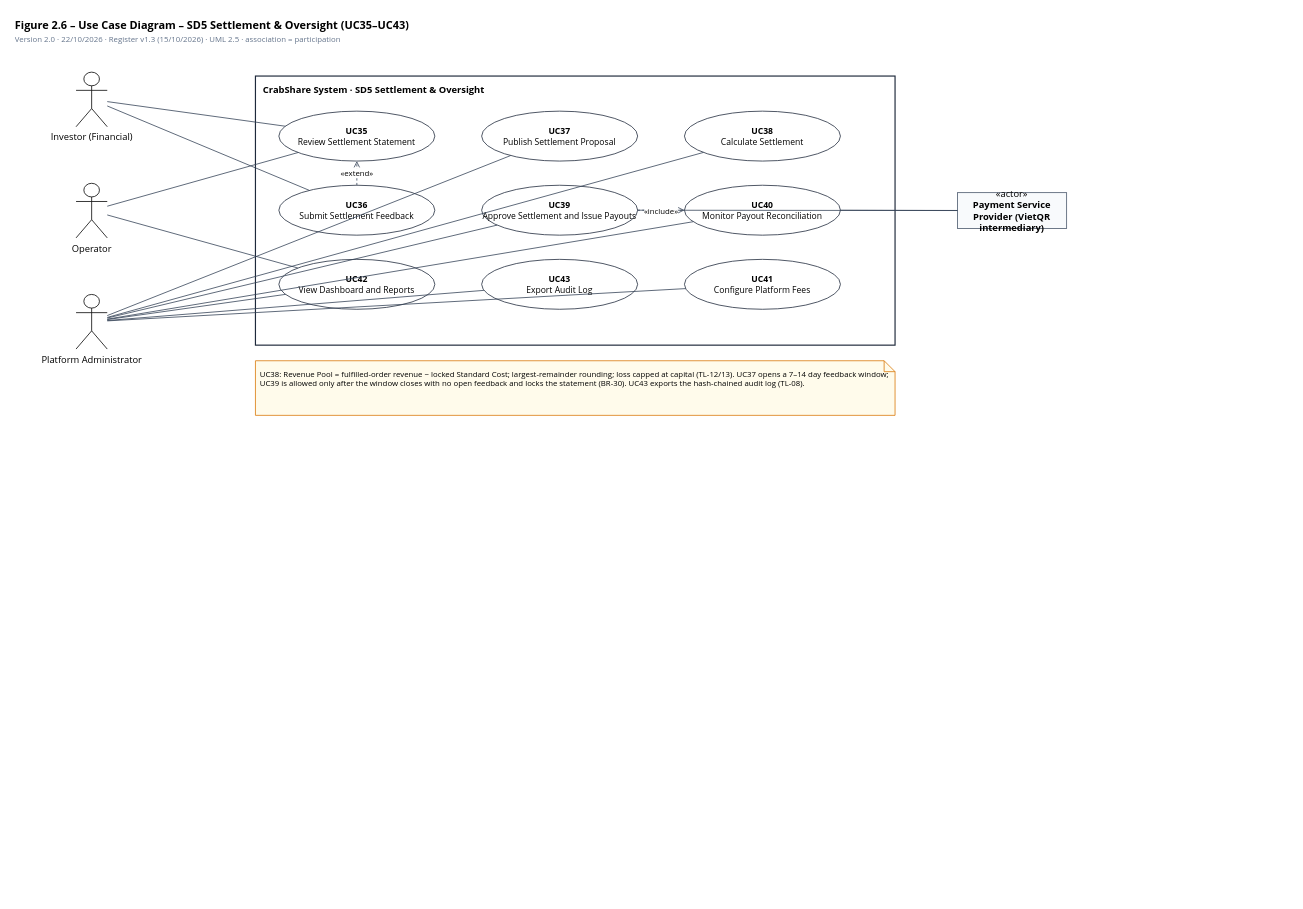
The draw.io diagram page "SD5 – Settlement & Oversight" (7 of 7) of docs/diagrams/CrabShare_Use_Case_Diagrams.drawio in thienhoibai/crabshare, before the edit. Source tidied: cells renumbered, new cells numbered last; positions are measured from the earlier drawing's top-left corner, leaving out a move shared by most shapes. Both pictures are drawn from the tidied source at 78%, with x=0, y=0 at pixel (13, 13).
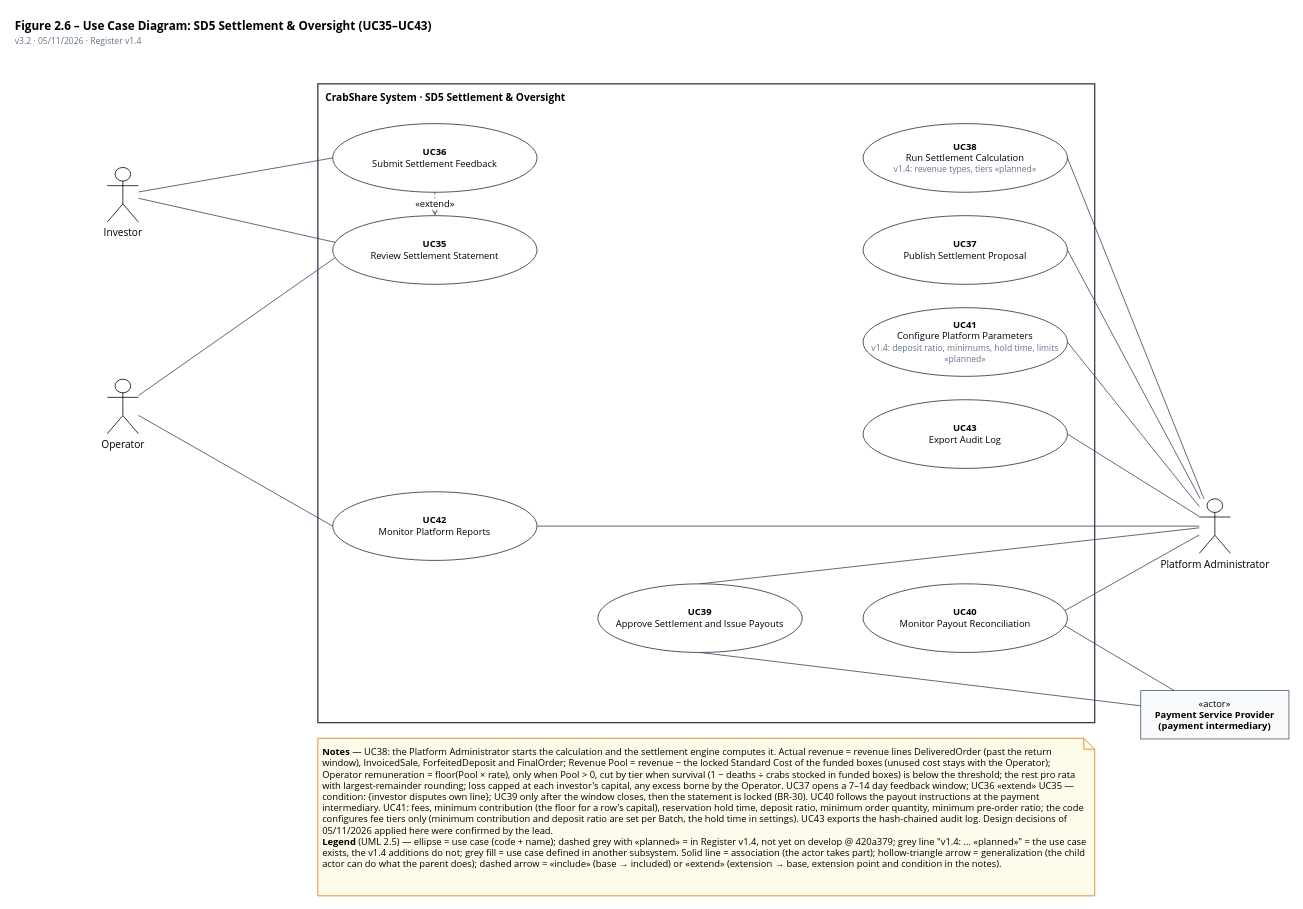
Above is the later version.

The edit, as a diff of the source:
```diff
@@
-    <mxCell id="2" value="&lt;b&gt;Figure 2.6 – Use Case Diagram – SD5 Settlement &amp; Oversight (UC35–UC43)&lt;/b&gt;&lt;br&gt;&lt;font style=&quot;font-size:10px&quot; color=&quot;#64748b&quot;&gt;Version 2.0 · 22/10/2026 · Register v1.3 (15/10/2026) · UML 2.5 · association = participation&lt;/font&gt;" style="text;html=1;align=left;verticalAlign=top;whiteSpace=wrap;overflow=hidden;fontFamily=Segoe UI;fontSize=14;" parent="1" vertex="1">
-      <mxGeometry width="900" height="40" as="geometry" />
+    <mxCell id="2" value="&lt;b&gt;Figure 2.6 – Use Case Diagram: SD5 Settlement &amp; Oversight (UC35–UC43)&lt;/b&gt;&lt;br&gt;&lt;font style=&quot;font-size:11px&quot; color=&quot;#64748b&quot;&gt;v3.2 · 05/11/2026 · Register v1.4&lt;/font&gt;" style="text;html=1;align=left;verticalAlign=top;whiteSpace=wrap;overflow=hidden;fontFamily=Segoe UI;fontSize=15;" parent="1" vertex="1">
+      <mxGeometry width="1200" height="46" as="geometry" />
     </mxCell>
-    <mxCell id="3" value="CrabShare System · SD5 Settlement &amp; Oversight" style="rounded=0;whiteSpace=wrap;html=1;fillColor=none;strokeColor=#1e293b;strokeWidth=1.5;align=left;verticalAlign=top;spacingLeft=8;spacingTop=4;fontStyle=1;fontFamily=Segoe UI;" parent="1" vertex="1">
-      <mxGeometry x="310" y="80" width="820" height="345" as="geometry" />
+    <mxCell id="3" value="CrabShare System · SD5 Settlement &amp; Oversight" style="rounded=0;whiteSpace=wrap;html=1;fillColor=none;strokeColor=#1e293b;strokeWidth=1.5;align=left;verticalAlign=top;spacingLeft=8;spacingTop=4;fontStyle=1;fontFamily=Segoe UI;fontSize=13;" parent="1" vertex="1">
+      <mxGeometry x="390" y="90" width="996" height="819" as="geometry" />
     </mxCell>
-    <mxCell id="4" value="&lt;b&gt;UC38&lt;/b&gt;&lt;br&gt;Calculate Settlement" style="ellipse;whiteSpace=wrap;html=1;fillColor=#ffffff;strokeColor=#1e293b;fontSize=11;fontFamily=Segoe UI;" parent="1" vertex="1">
-      <mxGeometry x="860" y="125" width="200" height="64" as="geometry" />
+    <mxCell id="4" value="&lt;b&gt;UC36&lt;/b&gt;&lt;br&gt;Submit Settlement Feedback" style="ellipse;whiteSpace=wrap;html=1;fillColor=#ffffff;strokeColor=#1e293b;fontSize=12;fontFamily=Segoe UI;spacing=3;" parent="1" vertex="1">
+      <mxGeometry x="409" y="141" width="262" height="88" as="geometry" />
     </mxCell>
-    <mxCell id="5" value="&lt;b&gt;UC37&lt;/b&gt;&lt;br&gt;Publish Settlement Proposal" style="ellipse;whiteSpace=wrap;html=1;fillColor=#ffffff;strokeColor=#1e293b;fontSize=11;fontFamily=Segoe UI;" parent="1" vertex="1">
-      <mxGeometry x="600" y="125" width="200" height="64" as="geometry" />
+    <mxCell id="5" value="&lt;b&gt;UC35&lt;/b&gt;&lt;br&gt;Review Settlement Statement" style="ellipse;whiteSpace=wrap;html=1;fillColor=#ffffff;strokeColor=#1e293b;fontSize=12;fontFamily=Segoe UI;spacing=3;" parent="1" vertex="1">
+      <mxGeometry x="409" y="259" width="262" height="88" as="geometry" />
     </mxCell>
-    <mxCell id="6" value="&lt;b&gt;UC35&lt;/b&gt;&lt;br&gt;Review Settlement Statement" style="ellipse;whiteSpace=wrap;html=1;fillColor=#ffffff;strokeColor=#1e293b;fontSize=11;fontFamily=Segoe UI;" parent="1" vertex="1">
-      <mxGeometry x="340" y="125" width="200" height="64" as="geometry" />
+    <mxCell id="6" value="&lt;b&gt;UC42&lt;/b&gt;&lt;br&gt;Monitor Platform Reports" style="ellipse;whiteSpace=wrap;html=1;fillColor=#ffffff;strokeColor=#1e293b;fontSize=12;fontFamily=Segoe UI;spacing=3;" parent="1" vertex="1">
+      <mxGeometry x="409" y="613" width="262" height="88" as="geometry" />
     </mxCell>
-    <mxCell id="7" value="&lt;b&gt;UC36&lt;/b&gt;&lt;br&gt;Submit Settlement Feedback" style="ellipse;whiteSpace=wrap;html=1;fillColor=#ffffff;strokeColor=#1e293b;fontSize=11;fontFamily=Segoe UI;" parent="1" vertex="1">
-      <mxGeometry x="340" y="220" width="200" height="64" as="geometry" />
+    <mxCell id="7" value="&lt;b&gt;UC39&lt;/b&gt;&lt;br&gt;Approve Settlement and Issue Payouts" style="ellipse;whiteSpace=wrap;html=1;fillColor=#ffffff;strokeColor=#1e293b;fontSize=12;fontFamily=Segoe UI;spacing=3;" parent="1" vertex="1">
+      <mxGeometry x="749" y="731" width="262" height="88" as="geometry" />
     </mxCell>
-    <mxCell id="8" value="&lt;b&gt;UC39&lt;/b&gt;&lt;br&gt;Approve Settlement and Issue Payouts" style="ellipse;whiteSpace=wrap;html=1;fillColor=#ffffff;strokeColor=#1e293b;fontSize=11;fontFamily=Segoe UI;" parent="1" vertex="1">
-      <mxGeometry x="600" y="220" width="200" height="64" as="geometry" />
+    <mxCell id="8" value="&lt;b&gt;UC38&lt;/b&gt;&lt;br&gt;Run Settlement Calculation&lt;br&gt;&lt;font style=&quot;font-size:11px&quot; color=&quot;#64748b&quot;&gt;v1.4: revenue types, tiers «planned»&lt;/font&gt;" style="ellipse;whiteSpace=wrap;html=1;fillColor=#ffffff;strokeColor=#1e293b;fontSize=12;fontFamily=Segoe UI;spacing=3;" parent="1" vertex="1">
+      <mxGeometry x="1089" y="141" width="262" height="88" as="geometry" />
     </mxCell>
-    <mxCell id="9" value="&lt;b&gt;UC40&lt;/b&gt;&lt;br&gt;Monitor Payout Reconciliation" style="ellipse;whiteSpace=wrap;html=1;fillColor=#ffffff;strokeColor=#1e293b;fontSize=11;fontFamily=Segoe UI;" parent="1" vertex="1">
-      <mxGeometry x="860" y="220" width="200" height="64" as="geometry" />
+    <mxCell id="9" value="&lt;b&gt;UC37&lt;/b&gt;&lt;br&gt;Publish Settlement Proposal" style="ellipse;whiteSpace=wrap;html=1;fillColor=#ffffff;strokeColor=#1e293b;fontSize=12;fontFamily=Segoe UI;spacing=3;" parent="1" vertex="1">
+      <mxGeometry x="1089" y="259" width="262" height="88" as="geometry" />
     </mxCell>
-    <mxCell id="10" value="&lt;b&gt;UC41&lt;/b&gt;&lt;br&gt;Configure Platform Fees" style="ellipse;whiteSpace=wrap;html=1;fillColor=#ffffff;strokeColor=#1e293b;fontSize=11;fontFamily=Segoe UI;" parent="1" vertex="1">
-      <mxGeometry x="860" y="315" width="200" height="64" as="geometry" />
+    <mxCell id="10" value="&lt;b&gt;UC41&lt;/b&gt;&lt;br&gt;Configure Platform Parameters&lt;br&gt;&lt;font style=&quot;font-size:11px&quot; color=&quot;#64748b&quot;&gt;v1.4: deposit ratio, minimums, hold time, limits «planned»&lt;/font&gt;" style="ellipse;whiteSpace=wrap;html=1;fillColor=#ffffff;strokeColor=#1e293b;fontSize=12;fontFamily=Segoe UI;spacing=3;" parent="1" vertex="1">
+      <mxGeometry x="1089" y="377" width="262" height="88" as="geometry" />
     </mxCell>
-    <mxCell id="11" value="&lt;b&gt;UC42&lt;/b&gt;&lt;br&gt;View Dashboard and Reports" style="ellipse;whiteSpace=wrap;html=1;fillColor=#ffffff;strokeColor=#1e293b;fontSize=11;fontFamily=Segoe UI;" parent="1" vertex="1">
-      <mxGeometry x="340" y="315" width="200" height="64" as="geometry" />
+    <mxCell id="11" value="&lt;b&gt;UC43&lt;/b&gt;&lt;br&gt;Export Audit Log" style="ellipse;whiteSpace=wrap;html=1;fillColor=#ffffff;strokeColor=#1e293b;fontSize=12;fontFamily=Segoe UI;spacing=3;" parent="1" vertex="1">
+      <mxGeometry x="1089" y="495" width="262" height="88" as="geometry" />
     </mxCell>
-    <mxCell id="12" value="&lt;b&gt;UC43&lt;/b&gt;&lt;br&gt;Export Audit Log" style="ellipse;whiteSpace=wrap;html=1;fillColor=#ffffff;strokeColor=#1e293b;fontSize=11;fontFamily=Segoe UI;" parent="1" vertex="1">
-      <mxGeometry x="600" y="315" width="200" height="64" as="geometry" />
+    <mxCell id="12" value="&lt;b&gt;UC40&lt;/b&gt;&lt;br&gt;Monitor Payout Reconciliation" style="ellipse;whiteSpace=wrap;html=1;fillColor=#ffffff;strokeColor=#1e293b;fontSize=12;fontFamily=Segoe UI;spacing=3;" parent="1" vertex="1">
+      <mxGeometry x="1089" y="731" width="262" height="88" as="geometry" />
     </mxCell>
-    <mxCell id="13" value="Investor (Financial)" style="shape=umlActor;verticalLabelPosition=bottom;verticalAlign=top;html=1;outlineConnect=0;fontFamily=Segoe UI;" parent="1" vertex="1">
-      <mxGeometry x="80" y="75" width="40" height="70" as="geometry" />
+    <mxCell id="13" value="Investor" style="shape=umlActor;verticalLabelPosition=bottom;verticalAlign=top;html=1;outlineConnect=0;fontFamily=Segoe UI;fontSize=13;" parent="1" vertex="1">
+      <mxGeometry x="120" y="197.2" width="40" height="70" as="geometry" />
     </mxCell>
-    <mxCell id="14" value="Operator" style="shape=umlActor;verticalLabelPosition=bottom;verticalAlign=top;html=1;outlineConnect=0;fontFamily=Segoe UI;" parent="1" vertex="1">
-      <mxGeometry x="80" y="217.5" width="40" height="70" as="geometry" />
+    <mxCell id="14" value="Operator" style="shape=umlActor;verticalLabelPosition=bottom;verticalAlign=top;html=1;outlineConnect=0;fontFamily=Segoe UI;fontSize=13;" parent="1" vertex="1">
+      <mxGeometry x="120" y="468.6" width="40" height="70" as="geometry" />
     </mxCell>
-    <mxCell id="15" value="Platform Administrator" style="shape=umlActor;verticalLabelPosition=bottom;verticalAlign=top;html=1;outlineConnect=0;fontFamily=Segoe UI;" parent="1" vertex="1">
-      <mxGeometry x="80" y="360" width="40" height="70" as="geometry" />
+    <mxCell id="15" value="Platform Administrator" style="shape=umlActor;verticalLabelPosition=bottom;verticalAlign=top;html=1;outlineConnect=0;fontFamily=Segoe UI;fontSize=13;" parent="1" vertex="1">
+      <mxGeometry x="1520" y="622" width="40" height="70" as="geometry" />
     </mxCell>
-    <mxCell id="16" value="«actor»&lt;br&gt;&lt;b&gt;Payment Service Provider (VietQR intermediary)&lt;/b&gt;" style="rounded=0;whiteSpace=wrap;html=1;dashed=0;fillColor=#f8fafc;strokeColor=#475569;fontFamily=Segoe UI;" parent="1" vertex="1">
-      <mxGeometry x="1210" y="229.5" width="140" height="46" as="geometry" />
+    <mxCell id="16" value="«actor»&lt;br&gt;&lt;b&gt;Payment Service Provider (payment intermediary)&lt;/b&gt;" style="rounded=0;whiteSpace=wrap;html=1;dashed=0;fillColor=#f8fafc;strokeColor=#475569;fontFamily=Segoe UI;fontSize=12;" parent="1" vertex="1">
+      <mxGeometry x="1445" y="867.9" width="190" height="62" as="geometry" />
     </mxCell>
-    <mxCell id="17" style="endArrow=none;html=1;strokeColor=#334155;edgeStyle=none;fontFamily=Segoe UI;" parent="1" edge="1" source="15" target="4">
+    <mxCell id="17" style="endArrow=none;html=1;strokeColor=#334155;edgeStyle=none;fontFamily=Segoe UI;entryX=0;entryY=0.5;entryDx=0;entryDy=0;" parent="1" edge="1" source="13" target="4">
       <mxGeometry relative="1" as="geometry" />
     </mxCell>
-    <mxCell id="18" style="endArrow=none;html=1;strokeColor=#334155;edgeStyle=none;fontFamily=Segoe UI;" parent="1" edge="1" source="15" target="5">
+    <mxCell id="18" style="endArrow=none;html=1;strokeColor=#334155;edgeStyle=none;fontFamily=Segoe UI;entryX=0;entryY=0.38;entryDx=0;entryDy=0;" parent="1" edge="1" source="13" target="5">
       <mxGeometry relative="1" as="geometry" />
     </mxCell>
-    <mxCell id="19" style="endArrow=none;html=1;strokeColor=#334155;edgeStyle=none;fontFamily=Segoe UI;" parent="1" edge="1" source="13" target="6">
+    <mxCell id="19" style="endArrow=none;html=1;strokeColor=#334155;edgeStyle=none;fontFamily=Segoe UI;entryX=0;entryY=0.62;entryDx=0;entryDy=0;" parent="1" edge="1" source="14" target="5">
       <mxGeometry relative="1" as="geometry" />
     </mxCell>
-    <mxCell id="20" style="endArrow=none;html=1;strokeColor=#334155;edgeStyle=none;fontFamily=Segoe UI;" parent="1" edge="1" source="14" target="6">
+    <mxCell id="20" style="endArrow=none;html=1;strokeColor=#334155;edgeStyle=none;fontFamily=Segoe UI;entryX=0;entryY=0.5;entryDx=0;entryDy=0;" parent="1" edge="1" source="14" target="6">
       <mxGeometry relative="1" as="geometry" />
     </mxCell>
-    <mxCell id="21" style="endArrow=none;html=1;strokeColor=#334155;edgeStyle=none;fontFamily=Segoe UI;" parent="1" edge="1" source="13" target="7">
+    <mxCell id="21" style="endArrow=none;html=1;strokeColor=#334155;edgeStyle=none;fontFamily=Segoe UI;entryX=1;entryY=0.5;entryDx=0;entryDy=0;" parent="1" edge="1" source="15" target="6">
       <mxGeometry relative="1" as="geometry" />
     </mxCell>
-    <mxCell id="22" style="endArrow=none;html=1;strokeColor=#334155;edgeStyle=none;fontFamily=Segoe UI;" parent="1" edge="1" source="15" target="8">
+    <mxCell id="22" style="endArrow=none;html=1;strokeColor=#334155;edgeStyle=none;fontFamily=Segoe UI;entryX=0.5;entryY=0;entryDx=0;entryDy=0;" parent="1" edge="1" source="15" target="7">
       <mxGeometry relative="1" as="geometry" />
     </mxCell>
-    <mxCell id="23" style="endArrow=none;html=1;strokeColor=#334155;edgeStyle=none;fontFamily=Segoe UI;" parent="1" edge="1" source="16" target="8">
+    <mxCell id="23" style="endArrow=none;html=1;strokeColor=#334155;edgeStyle=none;fontFamily=Segoe UI;entryX=0.5;entryY=1;entryDx=0;entryDy=0;" parent="1" edge="1" source="16" target="7">
       <mxGeometry relative="1" as="geometry" />
     </mxCell>
-    <mxCell id="24" style="endArrow=none;html=1;strokeColor=#334155;edgeStyle=none;fontFamily=Segoe UI;" parent="1" edge="1" source="15" target="9">
+    <mxCell id="24" style="endArrow=none;html=1;strokeColor=#334155;edgeStyle=none;fontFamily=Segoe UI;entryX=1;entryY=0.5;entryDx=0;entryDy=0;" parent="1" edge="1" source="15" target="8">
       <mxGeometry relative="1" as="geometry" />
     </mxCell>
-    <mxCell id="25" style="endArrow=none;html=1;strokeColor=#334155;edgeStyle=none;fontFamily=Segoe UI;" parent="1" edge="1" source="16" target="9">
+    <mxCell id="25" style="endArrow=none;html=1;strokeColor=#334155;edgeStyle=none;fontFamily=Segoe UI;entryX=1;entryY=0.5;entryDx=0;entryDy=0;" parent="1" edge="1" source="15" target="9">
       <mxGeometry relative="1" as="geometry" />
     </mxCell>
-    <mxCell id="26" style="endArrow=none;html=1;strokeColor=#334155;edgeStyle=none;fontFamily=Segoe UI;" parent="1" edge="1" source="15" target="10">
+    <mxCell id="26" style="endArrow=none;html=1;strokeColor=#334155;edgeStyle=none;fontFamily=Segoe UI;entryX=1;entryY=0.5;entryDx=0;entryDy=0;" parent="1" edge="1" source="15" target="10">
       <mxGeometry relative="1" as="geometry" />
     </mxCell>
-    <mxCell id="27" style="endArrow=none;html=1;strokeColor=#334155;edgeStyle=none;fontFamily=Segoe UI;" parent="1" edge="1" source="15" target="11">
+    <mxCell id="27" style="endArrow=none;html=1;strokeColor=#334155;edgeStyle=none;fontFamily=Segoe UI;entryX=1;entryY=0.5;entryDx=0;entryDy=0;" parent="1" edge="1" source="15" target="11">
       <mxGeometry relative="1" as="geometry" />
     </mxCell>
-    <mxCell id="28" style="endArrow=none;html=1;strokeColor=#334155;edgeStyle=none;fontFamily=Segoe UI;" parent="1" edge="1" source="14" target="11">
+    <mxCell id="28" style="endArrow=none;html=1;strokeColor=#334155;edgeStyle=none;fontFamily=Segoe UI;entryX=1;entryY=0.38;entryDx=0;entryDy=0;" parent="1" edge="1" source="15" target="12">
       <mxGeometry relative="1" as="geometry" />
     </mxCell>
-    <mxCell id="29" style="endArrow=none;html=1;strokeColor=#334155;edgeStyle=none;fontFamily=Segoe UI;" parent="1" edge="1" source="15" target="12">
+    <mxCell id="29" style="endArrow=none;html=1;strokeColor=#334155;edgeStyle=none;fontFamily=Segoe UI;entryX=1;entryY=0.62;entryDx=0;entryDy=0;" parent="1" edge="1" source="16" target="12">
       <mxGeometry relative="1" as="geometry" />
     </mxCell>
-    <mxCell id="30" value="«extend»" style="endArrow=open;endFill=0;dashed=1;html=1;strokeColor=#334155;edgeStyle=none;fontSize=10;fontFamily=Segoe UI;" parent="1" edge="1" source="7" target="6">
+    <mxCell id="30" value="«extend»" style="endArrow=open;endFill=0;dashed=1;html=1;strokeColor=#334155;edgeStyle=none;fontSize=12;fontFamily=Segoe UI;labelBackgroundColor=#ffffff;" parent="1" edge="1" source="4" target="5">
       <mxGeometry relative="1" as="geometry" />
     </mxCell>
-    <mxCell id="31" value="«include»" style="endArrow=open;endFill=0;dashed=1;html=1;strokeColor=#334155;edgeStyle=none;fontSize=10;fontFamily=Segoe UI;" parent="1" edge="1" source="8" target="9">
-      <mxGeometry relative="1" as="geometry" />
+    <mxCell id="31" value="&lt;b&gt;Notes&lt;/b&gt; — UC38: the Platform Administrator starts the calculation and the settlement engine computes it. Actual revenue = revenue lines DeliveredOrder (past the return window), InvoicedSale, ForfeitedDeposit and FinalOrder; Revenue Pool = revenue − the locked Standard Cost of the funded boxes (unused cost stays with the Operator); Operator remuneration = floor(Pool × rate), only when Pool &gt; 0, cut by tier when survival (1 − deaths ÷ crabs stocked in funded boxes) is below the threshold; the rest pro rata with largest-remainder rounding; loss capped at each investor's capital, any excess borne by the Operator. UC37 opens a 7–14 day feedback window; UC36 «extend» UC35 — condition: {investor disputes own line}; UC39 only after the window closes, then the statement is locked (BR-30). UC40 follows the payout instructions at the payment intermediary. UC41: fees, minimum contribution (the floor for a row's capital), reservation hold time, deposit ratio, minimum order quantity, minimum pre-order ratio; the code configures fee tiers only (minimum contribution and deposit ratio are set per Batch, the hold time in settings). UC43 exports the hash-chained audit log. Design decisions of 05/11/2026 applied here were confirmed by the lead.&lt;br&gt;&lt;b&gt;Legend&lt;/b&gt; (UML 2.5) — ellipse = use case (code + name); dashed grey with «planned» = in Register v1.4, not yet on develop @ 420a379; grey line &quot;v1.4: … «planned»&quot; = the use case exists, the v1.4 additions do not; grey fill = use case defined in another subsystem. Solid line = association (the actor takes part); hollow-triangle arrow = generalization (the child actor can do what the parent does); dashed arrow = «include» (base → included) or «extend» (extension → base, extension point and condition in the notes)." style="shape=note;whiteSpace=wrap;html=1;size=14;fillColor=#fffbeb;strokeColor=#d97706;align=left;verticalAlign=top;spacing=6;fontSize=12;fontFamily=Segoe UI;" parent="1" vertex="1">
+      <mxGeometry x="390" y="929" width="996" height="202" as="geometry" />
     </mxCell>
-    <mxCell id="32" value="UC38: Revenue Pool = fulfilled-order revenue − locked Standard Cost; largest-remainder rounding; loss capped at capital (TL-12/13). UC37 opens a 7–14 day feedback window; UC39 is allowed only after the window closes with no open feedback and locks the statement (BR-30). UC43 exports the hash-chained audit log (TL-08)." style="shape=note;whiteSpace=wrap;html=1;size=14;fillColor=#fffbeb;strokeColor=#d97706;align=left;verticalAlign=top;spacing=6;fontSize=10;fontFamily=Segoe UI;" parent="1" vertex="1">
-      <mxGeometry x="310" y="445" width="820" height="70" as="geometry" />
-    </mxCell>
```
